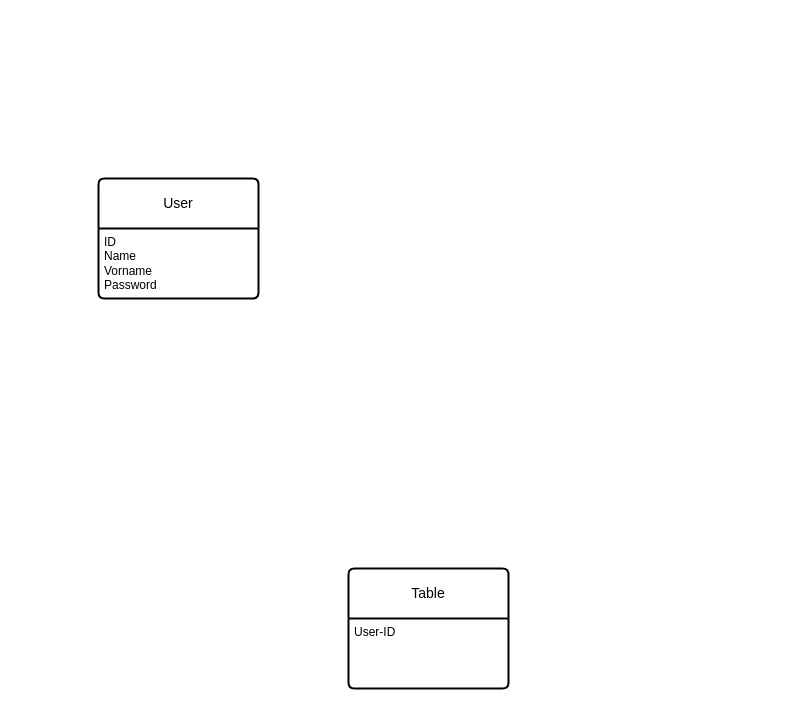
This is Untitled Diagram.drawio from kitzune-no-aki/bibrex, a draw.io file, before an edit. Source tidied: cells renumbered, new cells numbered last; positions are measured from the earlier drawing's top-left corner, leaving out a move shared by most shapes. Both pictures are drawn from the tidied source at 100%, with x=0, y=0 at pixel (98, 178).
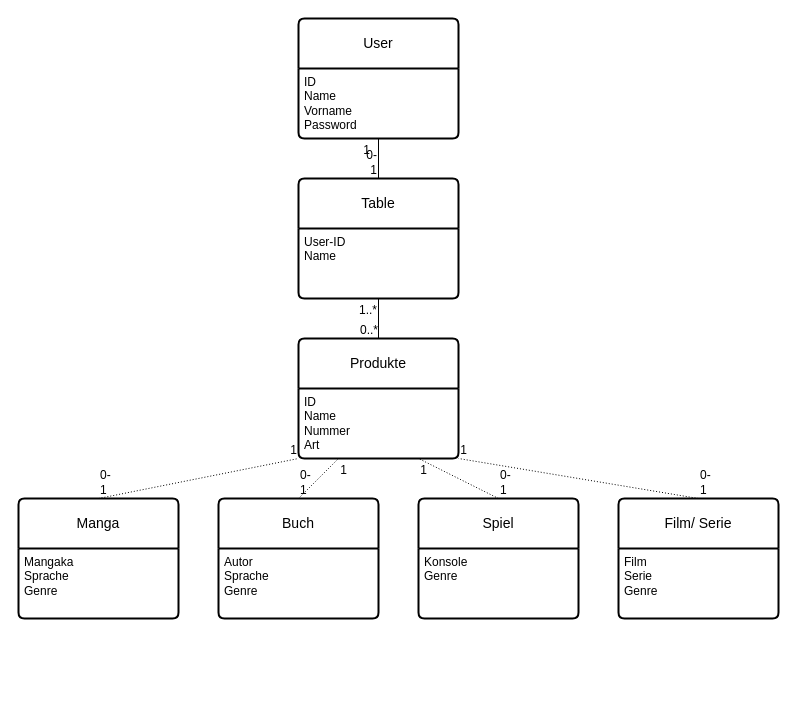
After the change.

The change refers to these unchanged cells:
```xml
<mxCell id="3" value="&lt;div&gt;ID&lt;/div&gt;&lt;div&gt;Name&lt;/div&gt;&lt;div&gt;Vorname&lt;/div&gt;&lt;div&gt;Password&lt;/div&gt;&lt;div&gt;&lt;br&gt;&lt;/div&gt;" style="align=left;strokeColor=none;fillColor=none;spacingLeft=4;fontSize=12;verticalAlign=top;html=1;" parent="2" vertex="1">
  <mxGeometry y="50" width="160" height="70" as="geometry" />
</mxCell>
```

Diff of the diagram source:
```diff
@@
     <mxCell id="2" value="User" style="swimlane;horizontal=1;startSize=50;rounded=1;fontSize=14;fontStyle=0;strokeWidth=2;shadow=0;dashed=0;align=center;arcSize=4;whiteSpace=wrap;html=1;" parent="1" vertex="1">
-      <mxGeometry width="160" height="120" as="geometry" />
+      <mxGeometry x="200" y="-160" width="160" height="120" as="geometry" />
     </mxCell>
@@
     <mxCell id="4" value="Table" style="swimlane;horizontal=1;startSize=50;rounded=1;fontSize=14;fontStyle=0;strokeWidth=2;shadow=0;dashed=0;align=center;arcSize=4;whiteSpace=wrap;html=1;" parent="1" vertex="1">
-      <mxGeometry x="250" y="390" width="160" height="120" as="geometry" />
+      <mxGeometry x="200" width="160" height="120" as="geometry" />
     </mxCell>
-    <mxCell id="5" value="&lt;div&gt;User-ID&lt;/div&gt;&lt;div&gt;&lt;br&gt;&lt;/div&gt;" style="align=left;strokeColor=none;fillColor=none;spacingLeft=4;fontSize=12;verticalAlign=top;html=1;" parent="4" vertex="1">
+    <mxCell id="5" value="&lt;div&gt;User-ID&lt;/div&gt;&lt;div&gt;Name&lt;/div&gt;&lt;div&gt;&lt;br&gt;&lt;/div&gt;" style="align=left;strokeColor=none;fillColor=none;spacingLeft=4;fontSize=12;verticalAlign=top;html=1;" parent="4" vertex="1">
       <mxGeometry y="50" width="160" height="70" as="geometry" />
     </mxCell>
+    <mxCell id="6" value="Produkte" style="swimlane;horizontal=1;startSize=50;rounded=1;fontSize=14;fontStyle=0;strokeWidth=2;shadow=0;dashed=0;align=center;arcSize=4;whiteSpace=wrap;html=1;" parent="1" vertex="1">
+      <mxGeometry x="200" y="160" width="160" height="120" as="geometry" />
+    </mxCell>
+    <mxCell id="7" value="&lt;div&gt;ID &lt;br&gt;&lt;/div&gt;&lt;div&gt;Name&lt;/div&gt;&lt;div&gt;Nummer&lt;/div&gt;&lt;div&gt;Art&lt;br&gt;&lt;/div&gt;" style="align=left;strokeColor=none;fillColor=none;spacingLeft=4;fontSize=12;verticalAlign=top;html=1;" parent="6" vertex="1">
+      <mxGeometry y="50" width="160" height="70" as="geometry" />
+    </mxCell>
+    <mxCell id="8" value="Manga" style="swimlane;horizontal=1;startSize=50;rounded=1;fontSize=14;fontStyle=0;strokeWidth=2;shadow=0;dashed=0;align=center;arcSize=4;whiteSpace=wrap;html=1;" parent="1" vertex="1">
+      <mxGeometry x="-80" y="320" width="160" height="120" as="geometry" />
+    </mxCell>
+    <mxCell id="9" value="&lt;div&gt;Mangaka&lt;/div&gt;&lt;div&gt;Sprache&lt;br&gt;&lt;/div&gt;&lt;div&gt;Genre&lt;br&gt;&lt;/div&gt;" style="align=left;strokeColor=none;fillColor=none;spacingLeft=4;fontSize=12;verticalAlign=top;html=1;" parent="8" vertex="1">
+      <mxGeometry y="50" width="160" height="70" as="geometry" />
+    </mxCell>
+    <mxCell id="10" value="Buch" style="swimlane;horizontal=1;startSize=50;rounded=1;fontSize=14;fontStyle=0;strokeWidth=2;shadow=0;dashed=0;align=center;arcSize=4;whiteSpace=wrap;html=1;" parent="1" vertex="1">
+      <mxGeometry x="120" y="320" width="160" height="120" as="geometry" />
+    </mxCell>
+    <mxCell id="11" value="&lt;div&gt;Autor&lt;/div&gt;&lt;div&gt;Sprache&lt;/div&gt;&lt;div&gt;Genre&lt;br&gt;&lt;/div&gt;" style="align=left;strokeColor=none;fillColor=none;spacingLeft=4;fontSize=12;verticalAlign=top;html=1;" parent="10" vertex="1">
+      <mxGeometry y="50" width="160" height="70" as="geometry" />
+    </mxCell>
+    <mxCell id="12" value="Spiel" style="swimlane;horizontal=1;startSize=50;rounded=1;fontSize=14;fontStyle=0;strokeWidth=2;shadow=0;dashed=0;align=center;arcSize=4;whiteSpace=wrap;html=1;" parent="1" vertex="1">
+      <mxGeometry x="320" y="320" width="160" height="120" as="geometry" />
+    </mxCell>
+    <mxCell id="13" value="&lt;div&gt;Konsole&lt;/div&gt;&lt;div&gt;Genre&lt;br&gt;&lt;/div&gt;" style="align=left;strokeColor=none;fillColor=none;spacingLeft=4;fontSize=12;verticalAlign=top;html=1;" parent="12" vertex="1">
+      <mxGeometry y="50" width="160" height="70" as="geometry" />
+    </mxCell>
+    <mxCell id="14" value="Film/ Serie" style="swimlane;horizontal=1;startSize=50;rounded=1;fontSize=14;fontStyle=0;strokeWidth=2;shadow=0;dashed=0;align=center;arcSize=4;whiteSpace=wrap;html=1;" parent="1" vertex="1">
+      <mxGeometry x="520" y="320" width="160" height="120" as="geometry" />
+    </mxCell>
+    <mxCell id="15" value="&lt;div&gt;Film&lt;/div&gt;&lt;div&gt;Serie&lt;/div&gt;&lt;div&gt;Genre&lt;br&gt;&lt;/div&gt;" style="align=left;strokeColor=none;fillColor=none;spacingLeft=4;fontSize=12;verticalAlign=top;html=1;" parent="14" vertex="1">
+      <mxGeometry y="50" width="160" height="70" as="geometry" />
+    </mxCell>
+    <mxCell id="16" style="endArrow=none;html=1;rounded=0;exitX=0.5;exitY=1;exitDx=0;exitDy=0;entryX=0.5;entryY=0;entryDx=0;entryDy=0;" parent="1" edge="1" source="3" target="4">
+      <mxGeometry relative="1" as="geometry" />
+    </mxCell>
+    <mxCell id="17" value="&amp;nbsp;1" style="html=1;whiteSpace=wrap;align=left;verticalAlign=bottom;" parent="16" vertex="1">
+      <mxGeometry x="-1" relative="1" as="geometry">
+        <mxPoint x="-20" y="20" as="offset" />
+      </mxGeometry>
+    </mxCell>
+    <mxCell id="18" value="0-1" style="html=1;whiteSpace=wrap;align=right;verticalAlign=bottom;" parent="16" vertex="1">
+      <mxGeometry x="1" relative="1" as="geometry" />
+    </mxCell>
+    <mxCell id="19" style="endArrow=none;html=1;rounded=0;exitX=0.5;exitY=0;exitDx=0;exitDy=0;entryX=0.5;entryY=1;entryDx=0;entryDy=0;" parent="1" edge="1" source="6" target="5">
+      <mxGeometry relative="1" as="geometry" />
+    </mxCell>
+    <mxCell id="20" value="0..*" style="html=1;whiteSpace=wrap;align=left;verticalAlign=bottom;" parent="19" vertex="1">
+      <mxGeometry x="-1" relative="1" as="geometry">
+        <mxPoint x="-20" as="offset" />
+      </mxGeometry>
+    </mxCell>
+    <mxCell id="21" value="1..*" style="html=1;whiteSpace=wrap;align=right;verticalAlign=bottom;" parent="19" vertex="1">
+      <mxGeometry x="1" relative="1" as="geometry">
+        <mxPoint y="20" as="offset" />
+      </mxGeometry>
+    </mxCell>
+    <mxCell id="22" style="endArrow=none;html=1;rounded=0;dashed=1;dashPattern=1 2;exitX=0.5;exitY=0;exitDx=0;exitDy=0;entryX=0;entryY=1;entryDx=0;entryDy=0;" parent="1" edge="1" source="8" target="7">
+      <mxGeometry relative="1" as="geometry" />
+    </mxCell>
+    <mxCell id="23" value="0-1" style="html=1;whiteSpace=wrap;align=left;verticalAlign=bottom;" parent="22" vertex="1">
+      <mxGeometry x="-1" relative="1" as="geometry" />
+    </mxCell>
+    <mxCell id="24" value="1" style="html=1;whiteSpace=wrap;align=right;verticalAlign=bottom;" parent="22" vertex="1">
+      <mxGeometry x="1" relative="1" as="geometry" />
+    </mxCell>
+    <mxCell id="25" style="endArrow=none;html=1;rounded=0;dashed=1;dashPattern=1 2;exitX=0.5;exitY=0;exitDx=0;exitDy=0;entryX=0.25;entryY=1;entryDx=0;entryDy=0;" parent="1" edge="1" source="10" target="7">
+      <mxGeometry relative="1" as="geometry" />
+    </mxCell>
+    <mxCell id="26" value="0-1" style="html=1;whiteSpace=wrap;align=left;verticalAlign=bottom;" parent="25" vertex="1">
+      <mxGeometry x="-1" relative="1" as="geometry" />
+    </mxCell>
+    <mxCell id="27" value="1" style="html=1;whiteSpace=wrap;align=right;verticalAlign=bottom;" parent="25" vertex="1">
+      <mxGeometry x="1" relative="1" as="geometry">
+        <mxPoint x="10" y="20" as="offset" />
+      </mxGeometry>
+    </mxCell>
+    <mxCell id="28" style="endArrow=none;html=1;rounded=0;dashed=1;dashPattern=1 2;exitX=0.5;exitY=0;exitDx=0;exitDy=0;entryX=0.75;entryY=1;entryDx=0;entryDy=0;" parent="1" edge="1" source="12" target="7">
+      <mxGeometry relative="1" as="geometry" />
+    </mxCell>
+    <mxCell id="29" value="0-1" style="html=1;whiteSpace=wrap;align=left;verticalAlign=bottom;" parent="28" vertex="1">
+      <mxGeometry x="-1" relative="1" as="geometry" />
+    </mxCell>
+    <mxCell id="30" value="1" style="html=1;whiteSpace=wrap;align=right;verticalAlign=bottom;" parent="28" vertex="1">
+      <mxGeometry x="1" relative="1" as="geometry">
+        <mxPoint x="10" y="20" as="offset" />
+      </mxGeometry>
+    </mxCell>
+    <mxCell id="31" style="endArrow=none;html=1;rounded=0;dashed=1;dashPattern=1 2;exitX=0.5;exitY=0;exitDx=0;exitDy=0;entryX=1;entryY=1;entryDx=0;entryDy=0;" parent="1" edge="1" source="14" target="7">
+      <mxGeometry relative="1" as="geometry" />
+    </mxCell>
+    <mxCell id="32" value="0-1" style="html=1;whiteSpace=wrap;align=left;verticalAlign=bottom;" parent="31" vertex="1">
+      <mxGeometry x="-1" relative="1" as="geometry" />
+    </mxCell>
+    <mxCell id="33" value="1" style="html=1;whiteSpace=wrap;align=right;verticalAlign=bottom;" parent="31" vertex="1">
+      <mxGeometry x="1" relative="1" as="geometry">
+        <mxPoint x="10" as="offset" />
+      </mxGeometry>
+    </mxCell>
```
